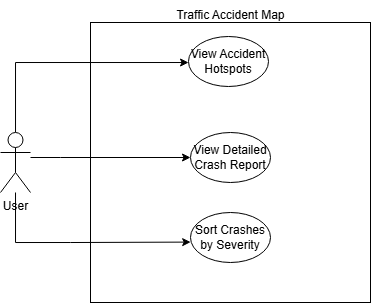
This is images/UseCase.drawio.png from Max9889/trafficAccidents, a draw.io export, as it was before one commit. Source tidied: cells renumbered, new cells last; positions are measured from the earlier drawing's top-left corner, leaving out a move shared by most shapes. The source it was exported from:
```xml
<mxGraphModel>
  <root>
    <mxCell id="0" />
    <mxCell id="1" parent="0" />
    <mxCell id="2" style="whiteSpace=wrap;html=1;" parent="1" vertex="1">
      <mxGeometry x="90" y="22" width="280" height="280" as="geometry" />
    </mxCell>
    <mxCell id="3" value="Traffic Accident Map" style="text;html=1;align=center;verticalAlign=middle;strokeColor=none;fillColor=none;" parent="1" vertex="1">
      <mxGeometry x="165" width="130" height="30" as="geometry" />
    </mxCell>
    <mxCell id="4" style="edgeStyle=orthogonalEdgeStyle;rounded=0;jettySize=auto;html=1;" parent="1" edge="1" source="6" target="7">
      <mxGeometry relative="1" as="geometry">
        <Array as="points">
          <mxPoint x="15" y="62" />
        </Array>
      </mxGeometry>
    </mxCell>
    <mxCell id="5" style="edgeStyle=orthogonalEdgeStyle;rounded=0;jettySize=auto;html=1;entryX=0;entryY=0.5;entryDx=0;entryDy=0;" parent="1" edge="1" source="6" target="8">
      <mxGeometry relative="1" as="geometry">
        <Array as="points">
          <mxPoint x="60" y="157" />
          <mxPoint x="60" y="157" />
        </Array>
      </mxGeometry>
    </mxCell>
    <mxCell id="6" value="User" style="shape=umlActor;verticalLabelPosition=bottom;verticalAlign=top;html=1;outlineConnect=0;" parent="1" vertex="1">
      <mxGeometry y="132" width="30" height="60" as="geometry" />
    </mxCell>
    <mxCell id="7" value="View Accident Hotspots" style="ellipse;whiteSpace=wrap;html=1;" parent="1" vertex="1">
      <mxGeometry x="188" y="36" width="80" height="50" as="geometry" />
    </mxCell>
    <mxCell id="8" value="View Detailed Crash Report" style="ellipse;whiteSpace=wrap;html=1;" parent="1" vertex="1">
      <mxGeometry x="190" y="132" width="80" height="50" as="geometry" />
    </mxCell>
    <mxCell id="9" value="Sort Crashes by Severity" style="ellipse;whiteSpace=wrap;html=1;" parent="1" vertex="1">
      <mxGeometry x="190" y="212" width="80" height="50" as="geometry" />
    </mxCell>
    <mxCell id="10" style="edgeStyle=orthogonalEdgeStyle;rounded=0;jettySize=auto;html=1;entryX=0.002;entryY=0.592;entryDx=0;entryDy=0;entryPerimeter=0;" parent="1" edge="1" source="6" target="9">
      <mxGeometry relative="1" as="geometry">
        <Array as="points">
          <mxPoint x="15" y="242" />
          <mxPoint x="70" y="242" />
        </Array>
      </mxGeometry>
    </mxCell>
  </root>
</mxGraphModel>
```
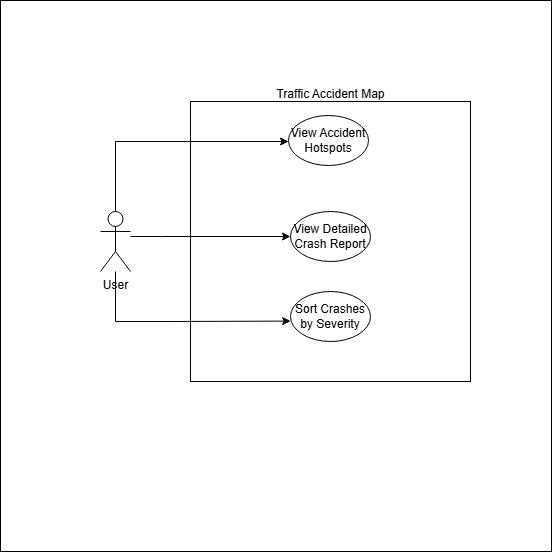
Above is the later version.

Change to the diagram source:
```diff
@@ -2,6 +2,9 @@
   <root>
     <mxCell id="0" />
     <mxCell id="1" parent="0" />
+    <mxCell id="11" style="whiteSpace=wrap;html=1;" parent="1" vertex="1">
+      <mxGeometry x="-100" y="-79" width="551" height="551" as="geometry" />
+    </mxCell>
     <mxCell id="2" style="whiteSpace=wrap;html=1;" parent="1" vertex="1">
       <mxGeometry x="90" y="22" width="280" height="280" as="geometry" />
     </mxCell>
```
